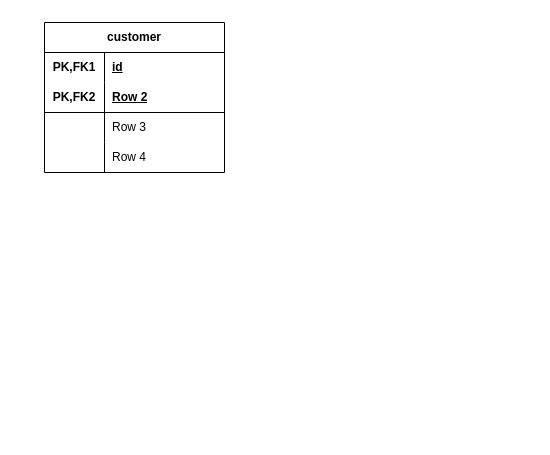
The draw.io diagram Диаграмма без названия.drawio in Polinavojvicenko/20231220, before the edit. Source tidied: cells renumbered, new cells numbered last; positions are measured from the earlier drawing's top-left corner, leaving out a move shared by most shapes. Both pictures are drawn from the tidied source at 100%, with x=0, y=0 at pixel (44, 22).
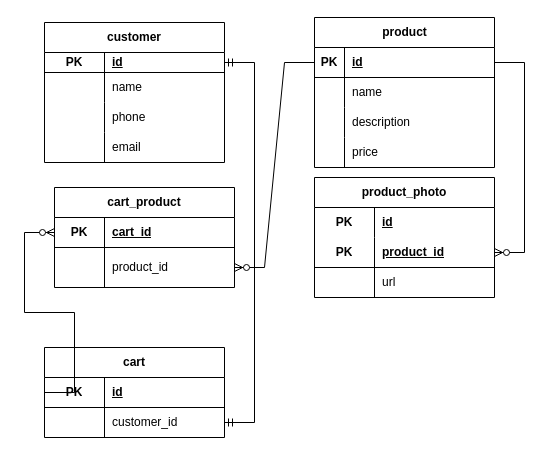
The same diagram, later.

The edit, as a diff of the source:
```diff
@@
     <mxCell id="2" value="customer" style="shape=table;startSize=30;childLayout=tableLayout;rowLines=0;fontStyle=1;align=center;html=1;whiteSpace=wrap;" parent="1" vertex="1">
-      <mxGeometry width="180" height="150" as="geometry" />
+      <mxGeometry width="180" height="140" as="geometry" />
     </mxCell>
-    <mxCell id="3" style="shape=tableRow;horizontal=0;startSize=0;swimlaneHead=0;swimlaneBody=0;fillColor=none;top=0;left=0;right=0;bottom=0;html=1;" parent="2" vertex="1">
-      <mxGeometry y="30" width="180" height="30" as="geometry" />
-    </mxCell>
-    <mxCell id="4" value="PK,FK1" style="shape=partialRectangle;fillColor=none;top=0;left=0;bottom=0;right=0;fontStyle=1;overflow=hidden;html=1;whiteSpace=wrap;" parent="3" vertex="1">
-      <mxGeometry width="60" height="30" as="geometry" />
-    </mxCell>
-    <mxCell id="5" value="id" style="shape=partialRectangle;fillColor=none;top=0;left=0;bottom=0;right=0;align=left;spacingLeft=6;fontStyle=5;overflow=hidden;html=1;whiteSpace=wrap;" parent="3" vertex="1">
-      <mxGeometry x="60" width="120" height="30" as="geometry" />
-    </mxCell>
-    <mxCell id="6" style="shape=tableRow;horizontal=0;startSize=0;swimlaneHead=0;swimlaneBody=0;fillColor=none;points=[[0,0.5],[1,0.5]];portConstraint=eastwest;top=0;left=0;right=0;bottom=1;html=1;" parent="2" vertex="1">
-      <mxGeometry y="60" width="180" height="30" as="geometry" />
-    </mxCell>
-    <mxCell id="7" value="PK,FK2" style="shape=partialRectangle;fillColor=none;top=0;left=0;bottom=0;right=0;fontStyle=1;overflow=hidden;html=1;whiteSpace=wrap;" parent="6" vertex="1">
-      <mxGeometry width="60" height="30" as="geometry" />
-    </mxCell>
-    <mxCell id="8" value="Row 2" style="shape=partialRectangle;fillColor=none;top=0;left=0;bottom=0;right=0;align=left;spacingLeft=6;fontStyle=5;overflow=hidden;html=1;whiteSpace=wrap;" parent="6" vertex="1">
-      <mxGeometry x="60" width="120" height="30" as="geometry" />
-    </mxCell>
+    <mxCell id="15" style="shape=tableRow;horizontal=0;startSize=0;swimlaneHead=0;swimlaneBody=0;fillColor=none;points=[[0,0.5],[1,0.5]];portConstraint=eastwest;top=0;left=0;right=0;bottom=1;html=1;" parent="2" vertex="1">
+      <mxGeometry y="30" width="180" height="20" as="geometry" />
+    </mxCell>
+    <mxCell id="16" value="PK" style="shape=partialRectangle;fillColor=none;top=0;left=0;bottom=0;right=0;fontStyle=1;overflow=hidden;html=1;whiteSpace=wrap;" parent="15" vertex="1">
+      <mxGeometry width="60" height="20" as="geometry" />
+    </mxCell>
+    <mxCell id="17" value="id" style="shape=partialRectangle;fillColor=none;top=0;left=0;bottom=0;right=0;align=left;spacingLeft=6;fontStyle=5;overflow=hidden;html=1;whiteSpace=wrap;" parent="15" vertex="1">
+      <mxGeometry x="60" width="120" height="20" as="geometry" />
+    </mxCell>
     <mxCell id="9" style="shape=tableRow;horizontal=0;startSize=0;swimlaneHead=0;swimlaneBody=0;fillColor=none;top=0;left=0;right=0;bottom=0;html=1;" parent="2" vertex="1">
-      <mxGeometry y="90" width="180" height="30" as="geometry" />
+      <mxGeometry y="50" width="180" height="30" as="geometry" />
     </mxCell>
@@
-    <mxCell id="11" value="Row 3" style="shape=partialRectangle;fillColor=none;top=0;left=0;bottom=0;right=0;align=left;spacingLeft=6;overflow=hidden;html=1;whiteSpace=wrap;" parent="9" vertex="1">
+    <mxCell id="11" value="name" style="shape=partialRectangle;fillColor=none;top=0;left=0;bottom=0;right=0;align=left;spacingLeft=6;overflow=hidden;html=1;whiteSpace=wrap;" parent="9" vertex="1">
       <mxGeometry x="60" width="120" height="30" as="geometry" />
     </mxCell>
+    <mxCell id="18" style="shape=tableRow;horizontal=0;startSize=0;swimlaneHead=0;swimlaneBody=0;fillColor=none;top=0;left=0;right=0;bottom=0;html=1;" parent="2" vertex="1">
+      <mxGeometry y="80" width="180" height="30" as="geometry" />
+    </mxCell>
+    <mxCell id="19" style="shape=partialRectangle;fillColor=none;top=0;left=0;bottom=0;right=0;overflow=hidden;html=1;whiteSpace=wrap;" parent="18" vertex="1">
+      <mxGeometry width="60" height="30" as="geometry" />
+    </mxCell>
+    <mxCell id="20" value="phone" style="shape=partialRectangle;fillColor=none;top=0;left=0;bottom=0;right=0;align=left;spacingLeft=6;overflow=hidden;html=1;whiteSpace=wrap;" parent="18" vertex="1">
+      <mxGeometry x="60" width="120" height="30" as="geometry" />
+    </mxCell>
     <mxCell id="12" style="shape=tableRow;horizontal=0;startSize=0;swimlaneHead=0;swimlaneBody=0;fillColor=none;top=0;left=0;right=0;bottom=0;html=1;" parent="2" vertex="1">
-      <mxGeometry y="120" width="180" height="30" as="geometry" />
+      <mxGeometry y="110" width="180" height="30" as="geometry" />
     </mxCell>
@@
-    <mxCell id="14" value="Row 4" style="shape=partialRectangle;fillColor=none;top=0;left=0;bottom=0;right=0;align=left;spacingLeft=6;overflow=hidden;html=1;whiteSpace=wrap;" parent="12" vertex="1">
+    <mxCell id="14" value="email" style="shape=partialRectangle;fillColor=none;top=0;left=0;bottom=0;right=0;align=left;spacingLeft=6;overflow=hidden;html=1;whiteSpace=wrap;" parent="12" vertex="1">
       <mxGeometry x="60" width="120" height="30" as="geometry" />
     </mxCell>
+    <mxCell id="21" value="product" style="shape=table;startSize=30;childLayout=tableLayout;rowLines=0;fontStyle=1;align=center;html=1;" parent="1" vertex="1">
+      <mxGeometry x="270" y="-5" width="180" height="150" as="geometry" />
+    </mxCell>
+    <mxCell id="22" style="shape=tableRow;horizontal=0;startSize=0;swimlaneHead=0;swimlaneBody=0;fillColor=none;points=[[0,0.5],[1,0.5]];portConstraint=eastwest;top=0;left=0;right=0;bottom=1;" parent="21" vertex="1">
+      <mxGeometry y="30" width="180" height="30" as="geometry" />
+    </mxCell>
+    <mxCell id="23" value="PK" style="shape=partialRectangle;fillColor=none;top=0;left=0;bottom=0;right=0;fontStyle=1;overflow=hidden;whiteSpace=wrap;html=1;" parent="22" vertex="1">
+      <mxGeometry width="30" height="30" as="geometry" />
+    </mxCell>
+    <mxCell id="24" value="id" style="shape=partialRectangle;fillColor=none;top=0;left=0;bottom=0;right=0;align=left;spacingLeft=6;fontStyle=5;overflow=hidden;whiteSpace=wrap;html=1;" parent="22" vertex="1">
+      <mxGeometry x="30" width="150" height="30" as="geometry" />
+    </mxCell>
+    <mxCell id="25" style="shape=tableRow;horizontal=0;startSize=0;swimlaneHead=0;swimlaneBody=0;fillColor=none;top=0;left=0;right=0;bottom=0;" parent="21" vertex="1">
+      <mxGeometry y="60" width="180" height="30" as="geometry" />
+    </mxCell>
+    <mxCell id="26" style="shape=partialRectangle;fillColor=none;top=0;left=0;bottom=0;right=0;overflow=hidden;whiteSpace=wrap;html=1;" parent="25" vertex="1">
+      <mxGeometry width="30" height="30" as="geometry" />
+    </mxCell>
+    <mxCell id="27" value="name" style="shape=partialRectangle;fillColor=none;top=0;left=0;bottom=0;right=0;align=left;spacingLeft=6;overflow=hidden;whiteSpace=wrap;html=1;" parent="25" vertex="1">
+      <mxGeometry x="30" width="150" height="30" as="geometry" />
+    </mxCell>
+    <mxCell id="28" style="shape=tableRow;horizontal=0;startSize=0;swimlaneHead=0;swimlaneBody=0;fillColor=none;top=0;left=0;right=0;bottom=0;" parent="21" vertex="1">
+      <mxGeometry y="90" width="180" height="30" as="geometry" />
+    </mxCell>
+    <mxCell id="29" style="shape=partialRectangle;fillColor=none;top=0;left=0;bottom=0;right=0;overflow=hidden;whiteSpace=wrap;html=1;" parent="28" vertex="1">
+      <mxGeometry width="30" height="30" as="geometry" />
+    </mxCell>
+    <mxCell id="30" value="description" style="shape=partialRectangle;fillColor=none;top=0;left=0;bottom=0;right=0;align=left;spacingLeft=6;overflow=hidden;whiteSpace=wrap;html=1;" parent="28" vertex="1">
+      <mxGeometry x="30" width="150" height="30" as="geometry" />
+    </mxCell>
+    <mxCell id="31" style="shape=tableRow;horizontal=0;startSize=0;swimlaneHead=0;swimlaneBody=0;fillColor=none;top=0;left=0;right=0;bottom=0;" parent="21" vertex="1">
+      <mxGeometry y="120" width="180" height="30" as="geometry" />
+    </mxCell>
+    <mxCell id="32" style="shape=partialRectangle;fillColor=none;top=0;left=0;bottom=0;right=0;overflow=hidden;whiteSpace=wrap;html=1;" parent="31" vertex="1">
+      <mxGeometry width="30" height="30" as="geometry" />
+    </mxCell>
+    <mxCell id="33" value="price" style="shape=partialRectangle;fillColor=none;top=0;left=0;bottom=0;right=0;align=left;spacingLeft=6;overflow=hidden;whiteSpace=wrap;html=1;" parent="31" vertex="1">
+      <mxGeometry x="30" width="150" height="30" as="geometry" />
+    </mxCell>
+    <mxCell id="34" value="product_photo" style="shape=table;startSize=30;childLayout=tableLayout;rowLines=0;fontStyle=1;align=center;html=1;whiteSpace=wrap;" parent="1" vertex="1">
+      <mxGeometry x="270" y="155" width="180" height="120" as="geometry" />
+    </mxCell>
+    <mxCell id="3" style="shape=tableRow;horizontal=0;startSize=0;swimlaneHead=0;swimlaneBody=0;fillColor=none;top=0;left=0;right=0;bottom=0;html=1;" parent="34" vertex="1">
+      <mxGeometry y="30" width="180" height="30" as="geometry" />
+    </mxCell>
+    <mxCell id="35" value="PK" style="shape=partialRectangle;fillColor=none;top=0;left=0;bottom=0;right=0;fontStyle=1;overflow=hidden;html=1;whiteSpace=wrap;" parent="3" vertex="1">
+      <mxGeometry width="60" height="30" as="geometry" />
+    </mxCell>
+    <mxCell id="36" value="id" style="shape=partialRectangle;fillColor=none;top=0;left=0;bottom=0;right=0;align=left;spacingLeft=6;fontStyle=5;overflow=hidden;html=1;whiteSpace=wrap;" parent="3" vertex="1">
+      <mxGeometry x="60" width="120" height="30" as="geometry" />
+    </mxCell>
+    <mxCell id="6" style="shape=tableRow;horizontal=0;startSize=0;swimlaneHead=0;swimlaneBody=0;fillColor=none;points=[[0,0.5],[1,0.5]];portConstraint=eastwest;top=0;left=0;right=0;bottom=1;html=1;" parent="34" vertex="1">
+      <mxGeometry y="60" width="180" height="30" as="geometry" />
+    </mxCell>
+    <mxCell id="37" value="PK" style="shape=partialRectangle;fillColor=none;top=0;left=0;bottom=0;right=0;fontStyle=1;overflow=hidden;html=1;whiteSpace=wrap;" parent="6" vertex="1">
+      <mxGeometry width="60" height="30" as="geometry" />
+    </mxCell>
+    <mxCell id="38" value="product_id" style="shape=partialRectangle;fillColor=none;top=0;left=0;bottom=0;right=0;align=left;spacingLeft=6;fontStyle=5;overflow=hidden;html=1;whiteSpace=wrap;" parent="6" vertex="1">
+      <mxGeometry x="60" width="120" height="30" as="geometry" />
+    </mxCell>
+    <mxCell id="39" style="shape=tableRow;horizontal=0;startSize=0;swimlaneHead=0;swimlaneBody=0;fillColor=none;top=0;left=0;right=0;bottom=0;html=1;" parent="34" vertex="1">
+      <mxGeometry y="90" width="180" height="30" as="geometry" />
+    </mxCell>
+    <mxCell id="40" style="shape=partialRectangle;fillColor=none;top=0;left=0;bottom=0;right=0;overflow=hidden;html=1;whiteSpace=wrap;" parent="39" vertex="1">
+      <mxGeometry width="60" height="30" as="geometry" />
+    </mxCell>
+    <mxCell id="41" value="url" style="shape=partialRectangle;fillColor=none;top=0;left=0;bottom=0;right=0;align=left;spacingLeft=6;overflow=hidden;html=1;whiteSpace=wrap;" parent="39" vertex="1">
+      <mxGeometry x="60" width="120" height="30" as="geometry" />
+    </mxCell>
+    <mxCell id="42" style="edgeStyle=entityRelationEdgeStyle;fontSize=12;html=1;endArrow=ERzeroToMany;endFill=1;rounded=0;exitX=1;exitY=0.5;exitDx=0;exitDy=0;" parent="1" edge="1" source="22" target="6">
+      <mxGeometry relative="1" as="geometry" />
+    </mxCell>
+    <mxCell id="43" value="cart" style="shape=table;startSize=30;childLayout=tableLayout;rowLines=0;fontStyle=1;align=center;html=1;whiteSpace=wrap;" parent="1" vertex="1">
+      <mxGeometry y="325" width="180" height="90" as="geometry" />
+    </mxCell>
+    <mxCell id="44" style="shape=tableRow;horizontal=0;startSize=0;swimlaneHead=0;swimlaneBody=0;fillColor=none;points=[[0,0.5],[1,0.5]];portConstraint=eastwest;top=0;left=0;right=0;bottom=1;html=1;" parent="43" vertex="1">
+      <mxGeometry y="30" width="180" height="30" as="geometry" />
+    </mxCell>
+    <mxCell id="45" value="PK" style="shape=partialRectangle;fillColor=none;top=0;left=0;bottom=0;right=0;fontStyle=1;overflow=hidden;html=1;whiteSpace=wrap;" parent="44" vertex="1">
+      <mxGeometry width="60" height="30" as="geometry" />
+    </mxCell>
+    <mxCell id="46" value="id" style="shape=partialRectangle;fillColor=none;top=0;left=0;bottom=0;right=0;align=left;spacingLeft=6;fontStyle=5;overflow=hidden;html=1;whiteSpace=wrap;" parent="44" vertex="1">
+      <mxGeometry x="60" width="120" height="30" as="geometry" />
+    </mxCell>
+    <mxCell id="47" style="shape=tableRow;horizontal=0;startSize=0;swimlaneHead=0;swimlaneBody=0;fillColor=none;points=[[0,0.5],[1,0.5]];portConstraint=eastwest;top=0;left=0;right=0;bottom=0;html=1;" parent="43" vertex="1">
+      <mxGeometry y="60" width="180" height="30" as="geometry" />
+    </mxCell>
+    <mxCell id="48" style="shape=partialRectangle;fillColor=none;top=0;left=0;bottom=0;right=0;overflow=hidden;html=1;whiteSpace=wrap;" parent="47" vertex="1">
+      <mxGeometry width="60" height="30" as="geometry" />
+    </mxCell>
+    <mxCell id="49" value="customer_id" style="shape=partialRectangle;fillColor=none;top=0;left=0;bottom=0;right=0;align=left;spacingLeft=6;overflow=hidden;html=1;whiteSpace=wrap;" parent="47" vertex="1">
+      <mxGeometry x="60" width="120" height="30" as="geometry" />
+    </mxCell>
+    <mxCell id="50" value="cart_product" style="shape=table;startSize=30;childLayout=tableLayout;rowLines=0;fontStyle=1;align=center;html=1;whiteSpace=wrap;" parent="1" vertex="1">
+      <mxGeometry x="10" y="165" width="180" height="100" as="geometry" />
+    </mxCell>
+    <mxCell id="51" style="shape=tableRow;horizontal=0;startSize=0;swimlaneHead=0;swimlaneBody=0;fillColor=none;points=[[0,0.5],[1,0.5]];portConstraint=eastwest;top=0;left=0;right=0;bottom=1;html=1;" parent="50" vertex="1">
+      <mxGeometry y="30" width="180" height="30" as="geometry" />
+    </mxCell>
+    <mxCell id="52" value="PK" style="shape=partialRectangle;fillColor=none;top=0;left=0;bottom=0;right=0;fontStyle=1;overflow=hidden;html=1;whiteSpace=wrap;" parent="51" vertex="1">
+      <mxGeometry width="50" height="30" as="geometry" />
+    </mxCell>
+    <mxCell id="53" value="cart_id" style="shape=partialRectangle;fillColor=none;top=0;left=0;bottom=0;right=0;align=left;spacingLeft=6;fontStyle=5;overflow=hidden;html=1;whiteSpace=wrap;" parent="51" vertex="1">
+      <mxGeometry x="50" width="130" height="30" as="geometry" />
+    </mxCell>
+    <mxCell id="54" style="shape=tableRow;horizontal=0;startSize=0;swimlaneHead=0;swimlaneBody=0;fillColor=none;points=[[0,0.5],[1,0.5]];portConstraint=eastwest;top=0;left=0;right=0;bottom=0;html=1;" parent="50" vertex="1">
+      <mxGeometry y="60" width="180" height="40" as="geometry" />
+    </mxCell>
+    <mxCell id="55" style="shape=partialRectangle;fillColor=none;top=0;left=0;bottom=0;right=0;overflow=hidden;html=1;whiteSpace=wrap;" parent="54" vertex="1">
+      <mxGeometry width="50" height="40" as="geometry" />
+    </mxCell>
+    <mxCell id="56" value="product_id" style="shape=partialRectangle;fillColor=none;top=0;left=0;bottom=0;right=0;align=left;spacingLeft=6;overflow=hidden;html=1;whiteSpace=wrap;" parent="54" vertex="1">
+      <mxGeometry x="50" width="130" height="40" as="geometry" />
+    </mxCell>
+    <mxCell id="57" style="edgeStyle=entityRelationEdgeStyle;fontSize=12;html=1;endArrow=ERzeroToMany;endFill=1;rounded=0;entryX=1;entryY=0.5;entryDx=0;entryDy=0;exitX=0;exitY=0.5;exitDx=0;exitDy=0;" parent="1" edge="1" source="22" target="54">
+      <mxGeometry relative="1" as="geometry">
+        <Array as="points">
+          <mxPoint x="250" y="135" />
+          <mxPoint x="230" y="195" />
+        </Array>
+      </mxGeometry>
+    </mxCell>
+    <mxCell id="58" style="edgeStyle=entityRelationEdgeStyle;rounded=0;jettySize=auto;html=1;exitX=0;exitY=0.5;exitDx=0;exitDy=0;fontSize=12;endArrow=ERzeroToMany;endFill=1;" parent="1" edge="1" source="44" target="51">
+      <mxGeometry relative="1" as="geometry">
+        <Array as="points">
+          <mxPoint x="-50" y="265" />
+          <mxPoint x="230" y="315" />
+          <mxPoint x="230" y="315" />
+          <mxPoint x="-40" y="265" />
+          <mxPoint x="160" y="215" />
+          <mxPoint x="30" y="225" />
+          <mxPoint x="60" y="235" />
+        </Array>
+      </mxGeometry>
+    </mxCell>
+    <mxCell id="59" style="edgeStyle=entityRelationEdgeStyle;fontSize=12;html=1;endArrow=ERmandOne;startArrow=ERmandOne;rounded=0;entryX=1;entryY=0.5;entryDx=0;entryDy=0;exitX=1;exitY=0.5;exitDx=0;exitDy=0;" parent="1" edge="1" source="47" target="15">
+      <mxGeometry relative="1" as="geometry" />
+    </mxCell>
```
